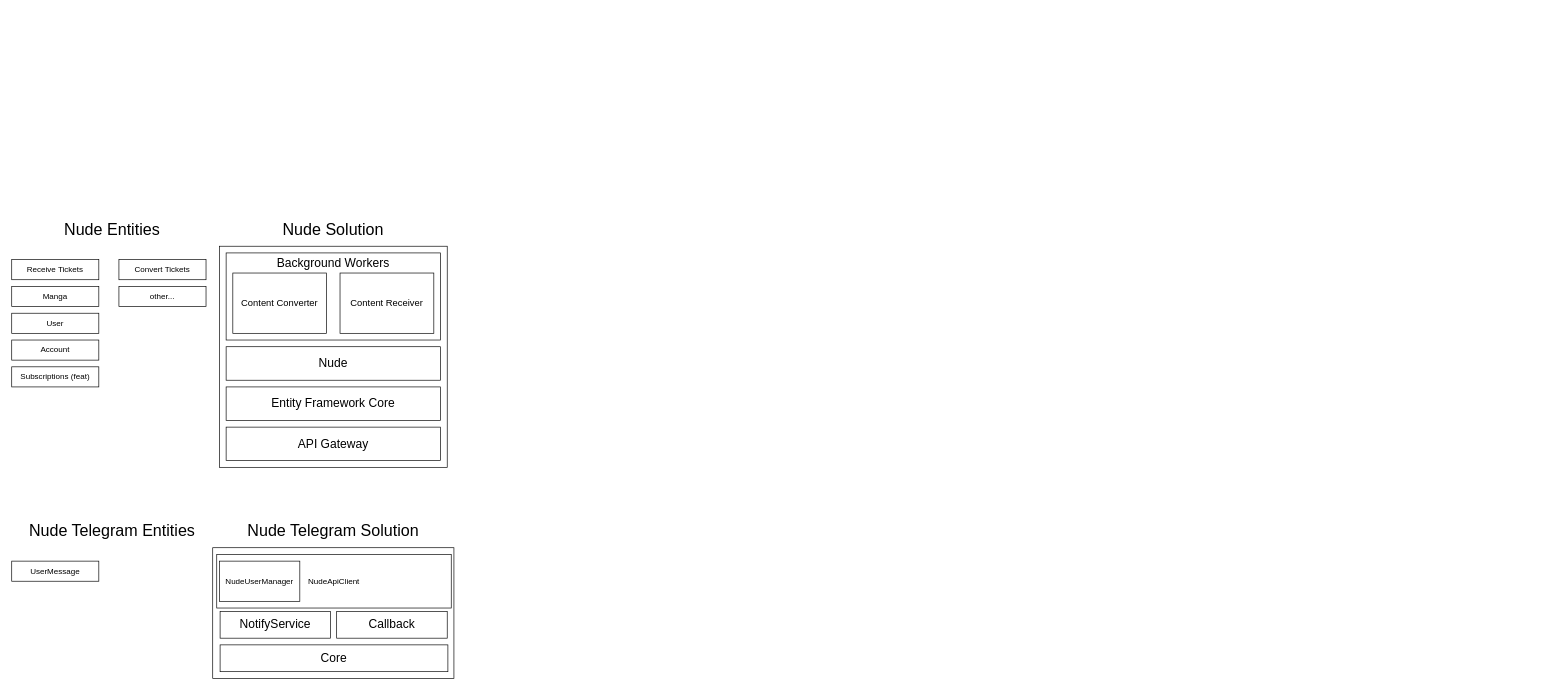
This is etc/In General Diagram.drawio from Sparrow1488/Nude, a draw.io file, before an edit. Source tidied: cells renumbered, new cells numbered last; positions are measured from the earlier drawing's top-left corner, leaving out a move shared by most shapes. Both pictures are drawn from the tidied source at 67%, with x=0, y=0 at pixel (11, 219).
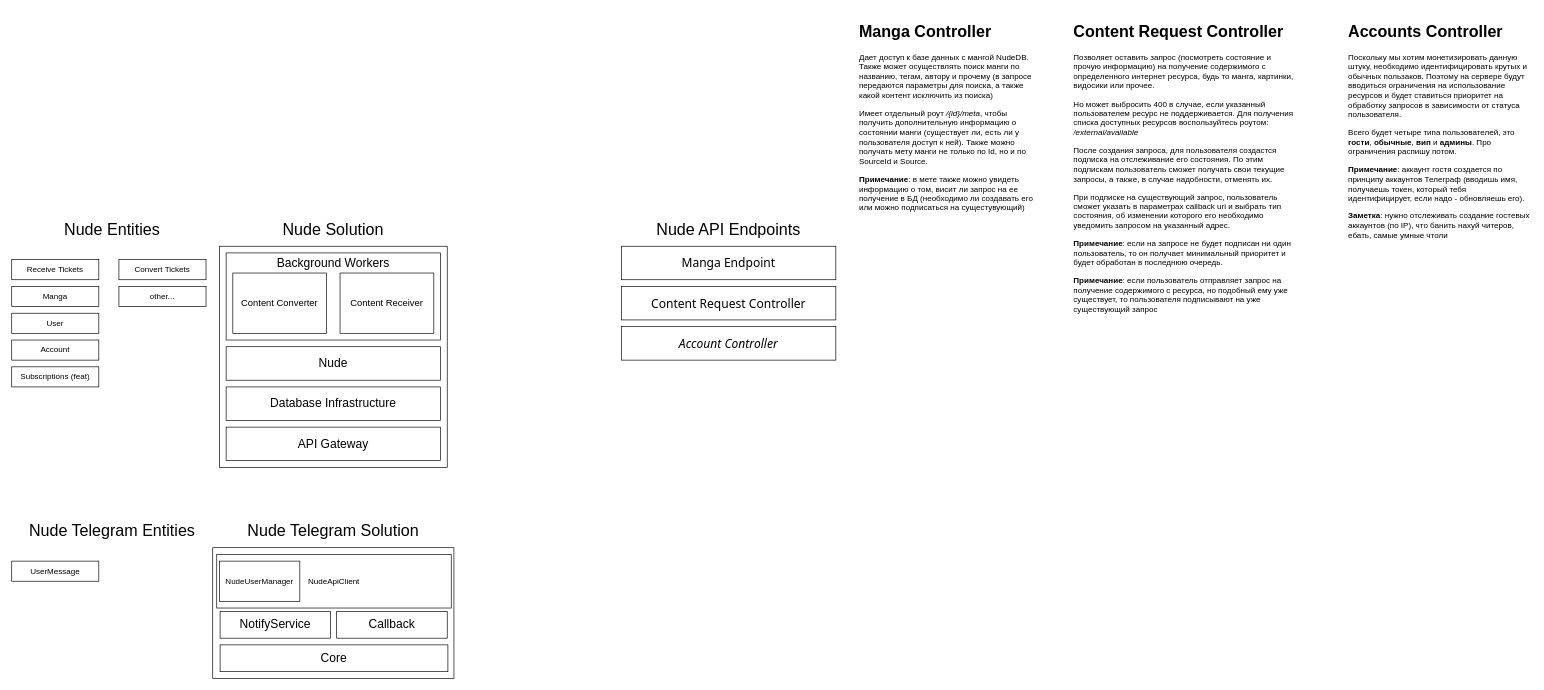
Above is the later version.

Diff of the diagram source:
```diff
@@
-    <mxCell id="11" value="&lt;font style=&quot;font-size: 18px;&quot;&gt;Entity Framework Core&lt;/font&gt;" style="rounded=0;whiteSpace=wrap;html=1;" parent="1" vertex="1">
+    <mxCell id="11" value="&lt;font style=&quot;font-size: 18px;&quot;&gt;Database Infrastructure&lt;/font&gt;" style="rounded=0;whiteSpace=wrap;html=1;" parent="1" vertex="1">
       <mxGeometry x="320" y="250" width="320" height="50" as="geometry" />
     </mxCell>
@@
+    <mxCell id="28" value="&lt;span style=&quot;font-size: 24px;&quot;&gt;Nude API Endpoints&lt;/span&gt;" style="text;html=1;strokeColor=none;fillColor=none;align=center;verticalAlign=middle;whiteSpace=wrap;rounded=0;" parent="1" vertex="1">
+      <mxGeometry x="920" width="300" height="30" as="geometry" />
+    </mxCell>
+    <mxCell id="29" value="&lt;font face=&quot;Tahoma&quot; style=&quot;font-size: 18px;&quot;&gt;Manga Endpoint&lt;/font&gt;" style="rounded=0;whiteSpace=wrap;html=1;" parent="1" vertex="1">
+      <mxGeometry x="910" y="40" width="320" height="50" as="geometry" />
+    </mxCell>
+    <mxCell id="30" value="&lt;font face=&quot;Tahoma&quot; style=&quot;font-size: 18px;&quot;&gt;Content Request Controller&lt;/font&gt;" style="rounded=0;whiteSpace=wrap;html=1;" parent="1" vertex="1">
+      <mxGeometry x="910" y="100" width="320" height="50" as="geometry" />
+    </mxCell>
+    <mxCell id="31" value="&lt;pre&gt;&lt;font face=&quot;Tahoma&quot; style=&quot;font-size: 18px;&quot;&gt;&lt;i&gt;Account Controller&lt;/i&gt;&lt;/font&gt;&lt;/pre&gt;" style="rounded=0;whiteSpace=wrap;html=1;" parent="1" vertex="1">
+      <mxGeometry x="910" y="160" width="320" height="50" as="geometry" />
+    </mxCell>
+    <mxCell id="32" value="&lt;h1&gt;Manga Controller&lt;/h1&gt;&lt;p&gt;Дает доступ к базе данных с мангой NudeDB. Также может осуществлять поиск манги по названию, тегам, автору и прочему (в запросе передаются параметры для поиска, а также какой контент исключить из поиска)&lt;/p&gt;&lt;p&gt;Имеет отдельный роут &lt;i&gt;/{id}/meta&lt;/i&gt;, чтобы получить дополнительную информацию о состоянии манги (существует ли, есть ли у пользователя доступ к ней). Также можно получать мету манги не только по Id, но и по SourceId и Source.&lt;/p&gt;&lt;p&gt;&lt;b&gt;Примечание&lt;/b&gt;: в мете также можно увидеть информацию о том, висит ли запрос на ее получение в БД (необходимо ли создавать его или можно подписаться на сущестувующий)&lt;/p&gt;" style="text;html=1;strokeColor=none;fillColor=none;spacing=5;spacingTop=-20;whiteSpace=wrap;overflow=hidden;rounded=0;" parent="1" vertex="1">
+      <mxGeometry x="1260" y="-300" width="280" height="300" as="geometry" />
+    </mxCell>
+    <mxCell id="33" value="&lt;h1&gt;Content Request Controller&lt;/h1&gt;&lt;p&gt;Позволяет оставить запрос (посмотреть состояние и прочую информацию) на получение содержимого с определенного интернет ресурса, будь то манга, картинки, видосики или прочее.&lt;/p&gt;&lt;p&gt;Но может выбросить 400 в случае, если указанный пользователем ресурс не поддерживается. Для получения списка доступных ресурсов воспользуйтесь роутом: &lt;i&gt;/external/available&lt;/i&gt;&lt;/p&gt;&lt;p&gt;После создания запроса, для пользователя создастся подписка на отслеживание его состояния. По этим подпискам пользователь сможет получать свои текущие запросы, а также, в случае надобности, отменять их.&lt;/p&gt;&lt;p&gt;При подписке на существующий запрос, пользователь сможет указать в параметрах callback uri и выбрать тип состояния, об изменении которого его необходимо уведомить запросом на указанный адрес.&lt;/p&gt;&lt;p&gt;&lt;b&gt;Примечание&lt;/b&gt;: если на запросе не будет подписан ни один пользователь, то он получает минимальный приоритет и будет обработан в последнюю очередь.&lt;/p&gt;&lt;p&gt;&lt;b&gt;Примечание&lt;/b&gt;: если пользователь отправляет запрос на получение содержимого с ресурса, но подобный ему уже существует, то пользователя подписывают на уже существующий запрос&lt;/p&gt;" style="text;html=1;strokeColor=none;fillColor=none;spacing=5;spacingTop=-20;whiteSpace=wrap;overflow=hidden;rounded=0;" parent="1" vertex="1">
+      <mxGeometry x="1580" y="-300" width="340" height="460" as="geometry" />
+    </mxCell>
+    <mxCell id="34" value="&lt;h1&gt;Accounts Controller&lt;/h1&gt;&lt;p&gt;Поскольку мы хотим монетизировать данную штуку, необходимо идентифицировать крутых и обычных пользаков. Поэтому на сервере будут вводиться ограничения на использование ресурсов и будет ставиться приоритет на обработку запросов в зависимости от статуса пользователя.&lt;/p&gt;&lt;p&gt;Всего будет четыре типа пользователей, это &lt;b&gt;гости&lt;/b&gt;,&amp;nbsp;&lt;b&gt;обычные&lt;/b&gt;, &lt;b&gt;вип&lt;/b&gt; и &lt;b&gt;админы&lt;/b&gt;. Про ограничения распишу потом.&lt;/p&gt;&lt;p&gt;&lt;b&gt;Примечание&lt;/b&gt;: аккаунт гостя создается по принципу аккаунтов Телеграф (вводишь имя, получаешь токен, который тебя идентифицирует, если надо - обновляешь его).&lt;/p&gt;&lt;p&gt;&lt;b&gt;Заметка&lt;/b&gt;: нужно отслеживать создание гостевых аккаунтов (по IP), что банить нахуй читеров, ебать, самые умные чтоли&lt;/p&gt;" style="text;html=1;strokeColor=none;fillColor=none;spacing=5;spacingTop=-20;whiteSpace=wrap;overflow=hidden;rounded=0;" parent="1" vertex="1">
+      <mxGeometry x="1990" y="-300" width="280" height="430" as="geometry" />
+    </mxCell>
```
